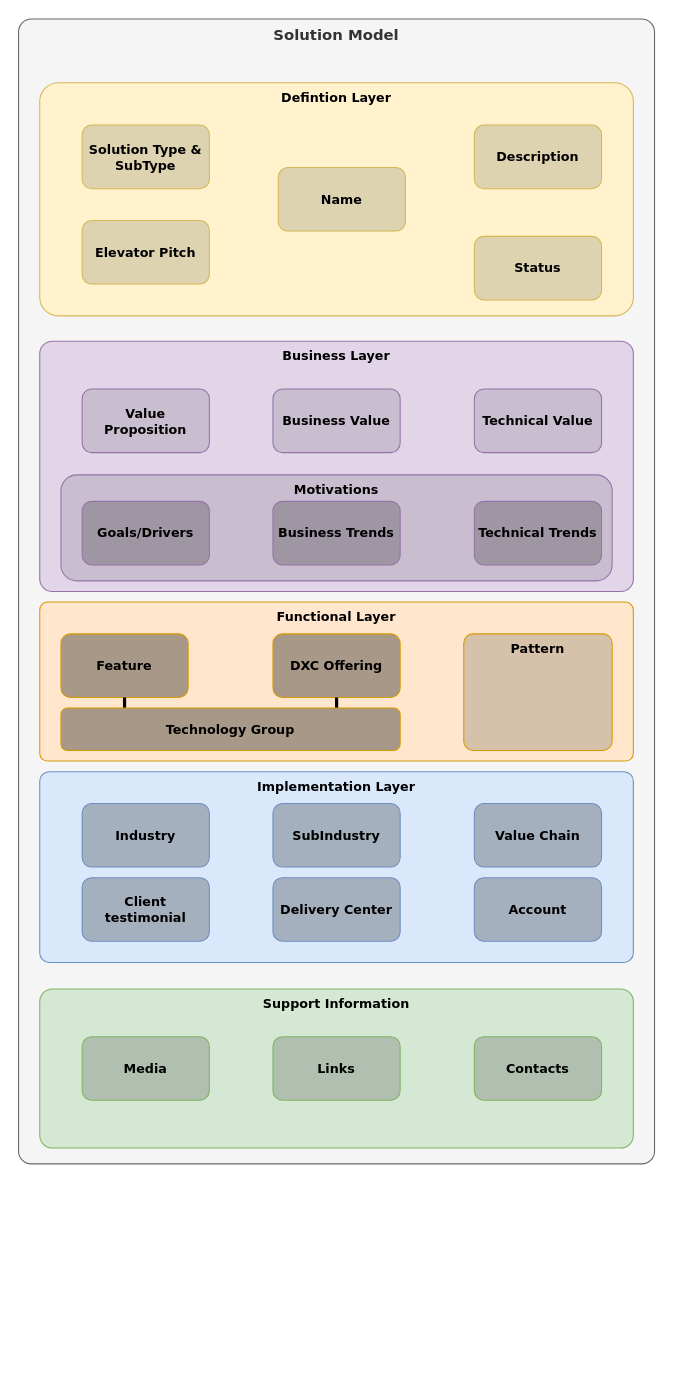
Above: page "Page-1" (1 of 2) of images/SolutionModel.drawio in dxc-technology/dxc-digitalexplorer (draw.io), before the change. Source tidied: cells renumbered, new cells numbered last; positions are measured from the earlier drawing's top-left corner, leaving out a move shared by most shapes. Both pictures are drawn from the tidied source at 106%, with x=0, y=0 at pixel (18, 19).
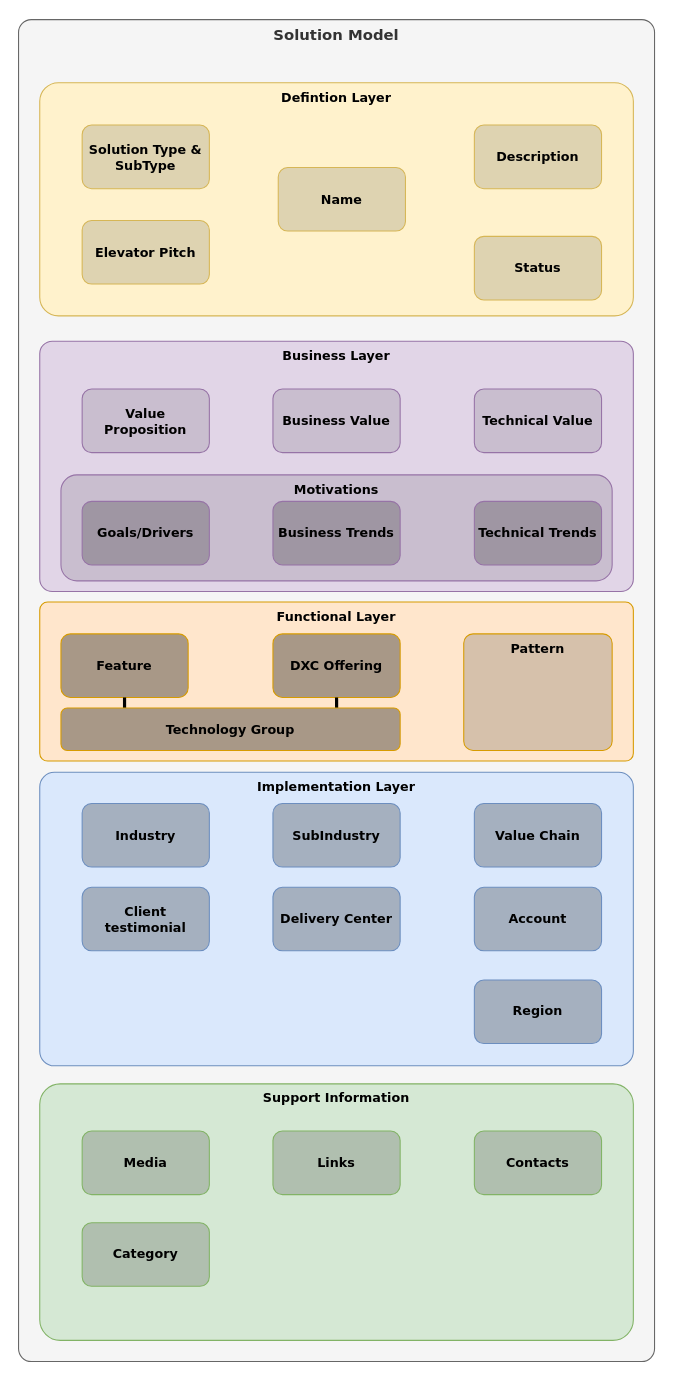
After the change.

Commit message (it also covers changes not shown here):
:art: models

Change to the diagram source:
```diff
@@
     <mxCell id="2" value="Solution Model" style="rounded=1;whiteSpace=wrap;html=1;arcSize=2;verticalAlign=top;fillColor=#f5f5f5;strokeColor=#666666;fontColor=#333333;fontStyle=1;fontFamily=Verdana;fontSize=14;" parent="1" vertex="1">
-      <mxGeometry y="-0.5" width="600" height="1080" as="geometry" />
+      <mxGeometry width="600" height="1266" as="geometry" />
     </mxCell>
@@
     <mxCell id="6" value="Support Information" style="rounded=1;whiteSpace=wrap;html=1;verticalAlign=top;arcSize=8;fillColor=#d5e8d4;strokeColor=#82b366;fontStyle=1;fontFamily=Verdana;" parent="1" vertex="1">
-      <mxGeometry x="20" y="914.5" width="560" height="150" as="geometry" />
+      <mxGeometry x="20" y="1004" width="560" height="242" as="geometry" />
     </mxCell>
@@
     <mxCell id="20" value="Media" style="rounded=1;whiteSpace=wrap;html=1;fillColor=#B0BFAF;strokeColor=#82b366;fontStyle=1;fontFamily=Verdana;" parent="1" vertex="1">
-      <mxGeometry x="60" y="959.5" width="120" height="60" as="geometry" />
+      <mxGeometry x="60" y="1048.5" width="120" height="60" as="geometry" />
     </mxCell>
     <mxCell id="21" value="Links" style="rounded=1;whiteSpace=wrap;html=1;fillColor=#B0BFAF;strokeColor=#82b366;fontStyle=1;fontFamily=Verdana;" parent="1" vertex="1">
-      <mxGeometry x="240" y="959.5" width="120" height="60" as="geometry" />
+      <mxGeometry x="240" y="1048.5" width="120" height="60" as="geometry" />
     </mxCell>
     <mxCell id="22" value="Contacts" style="rounded=1;whiteSpace=wrap;html=1;fillColor=#B0BFAF;strokeColor=#82b366;fontStyle=1;fontFamily=Verdana;" parent="1" vertex="1">
-      <mxGeometry x="430" y="959.5" width="120" height="60" as="geometry" />
+      <mxGeometry x="430" y="1048.5" width="120" height="60" as="geometry" />
     </mxCell>
     <mxCell id="23" value="Implementation Layer" style="rounded=1;whiteSpace=wrap;html=1;verticalAlign=top;arcSize=5;fillColor=#dae8fc;strokeColor=#6c8ebf;fontStyle=1;fontFamily=Verdana;" parent="1" vertex="1">
-      <mxGeometry x="20" y="709.5" width="560" height="180" as="geometry" />
+      <mxGeometry x="20" y="710" width="560" height="277" as="geometry" />
     </mxCell>
@@
     <mxCell id="25" value="Account" style="rounded=1;whiteSpace=wrap;html=1;fillColor=#A5B0BF;strokeColor=#6c8ebf;fontStyle=1;fontFamily=Verdana;" parent="1" vertex="1">
-      <mxGeometry x="430" y="809.5" width="120" height="60" as="geometry" />
+      <mxGeometry x="430" y="818.5" width="120" height="60" as="geometry" />
     </mxCell>
     <mxCell id="26" value="Delivery Center" style="rounded=1;whiteSpace=wrap;html=1;fillColor=#A5B0BF;strokeColor=#6c8ebf;fontStyle=1;fontFamily=Verdana;" parent="1" vertex="1">
-      <mxGeometry x="240" y="809.5" width="120" height="60" as="geometry" />
+      <mxGeometry x="240" y="818.5" width="120" height="60" as="geometry" />
     </mxCell>
     <mxCell id="27" value="Client testimonial" style="rounded=1;whiteSpace=wrap;html=1;fillColor=#A5B0BF;strokeColor=#6c8ebf;fontStyle=1;fontFamily=Verdana;" parent="1" vertex="1">
-      <mxGeometry x="60" y="809.5" width="120" height="60" as="geometry" />
+      <mxGeometry x="60" y="818.5" width="120" height="60" as="geometry" />
     </mxCell>
@@
+    <mxCell id="35" value="Category" style="rounded=1;whiteSpace=wrap;html=1;fillColor=#B0BFAF;strokeColor=#82b366;fontStyle=1;fontFamily=Verdana;" parent="1" vertex="1">
+      <mxGeometry x="60" y="1135" width="120" height="60" as="geometry" />
+    </mxCell>
+    <mxCell id="36" value="Region" style="rounded=1;whiteSpace=wrap;html=1;fillColor=#A5B0BF;strokeColor=#6c8ebf;fontStyle=1;fontFamily=Verdana;" parent="1" vertex="1">
+      <mxGeometry x="430" y="906" width="120" height="60" as="geometry" />
+    </mxCell>
```
